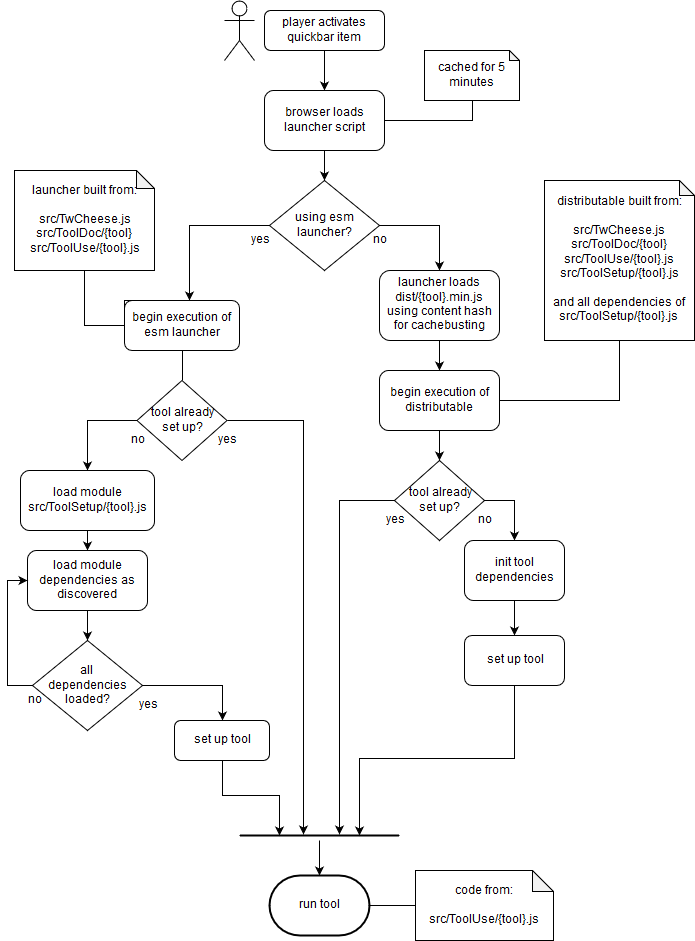
This is doc/developer/tool-execution.png from cheesasaurus/twcheese, a draw.io export, as it was before one commit. Source tidied: cells renumbered, new cells last; positions are measured from the earlier drawing's top-left corner, leaving out a move shared by most shapes.
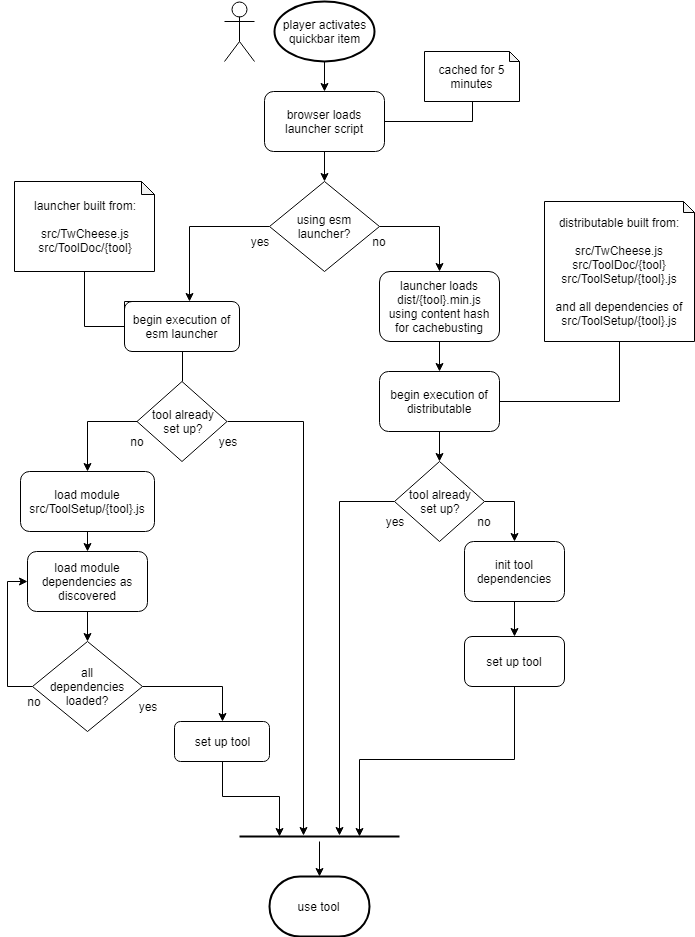
The same file after the commit.

Commit message:
update docu about tool execution

What changed in the source:
```diff
@@ -5,12 +5,9 @@
     <mxCell id="2" style="shape=umlActor;verticalLabelPosition=bottom;labelBackgroundColor=#ffffff;verticalAlign=top;html=1;" parent="1" vertex="1">
       <mxGeometry x="210" width="30" height="60" as="geometry" />
     </mxCell>
-    <mxCell id="3" style="edgeStyle=orthogonalEdgeStyle;rounded=0;jettySize=auto;html=1;entryX=0.5;entryY=0;entryDx=0;entryDy=0;" parent="1" edge="1" source="4" target="7">
+    <mxCell id="3" style="edgeStyle=orthogonalEdgeStyle;rounded=0;jettySize=auto;html=1;entryX=0.5;entryY=0;entryDx=0;entryDy=0;exitX=0.5;exitY=1;exitDx=0;exitDy=0;exitPerimeter=0;" parent="1" edge="1" source="4" target="7">
       <mxGeometry relative="1" as="geometry" />
     </mxCell>
-    <mxCell id="4" value="player activates quickbar item" style="rounded=1;whiteSpace=wrap;html=1;" parent="1" vertex="1">
-      <mxGeometry x="250" y="10" width="120" height="40" as="geometry" />
-    </mxCell>
     <mxCell id="5" style="edgeStyle=orthogonalEdgeStyle;rounded=0;jettySize=auto;html=1;exitX=0.5;exitY=1;exitDx=0;exitDy=0;" parent="1" edge="1" source="7" target="10">
       <mxGeometry relative="1" as="geometry" />
     </mxCell>
@@ -38,8 +35,8 @@
     <mxCell id="13" style="edgeStyle=orthogonalEdgeStyle;rounded=0;jettySize=auto;html=1;exitX=0.5;exitY=1;exitDx=0;exitDy=0;exitPerimeter=0;entryX=0;entryY=0.5;entryDx=0;entryDy=0;endArrow=none;endFill=0;" parent="1" edge="1" source="14" target="12">
       <mxGeometry relative="1" as="geometry" />
     </mxCell>
-    <mxCell id="14" value="&lt;div&gt;launcher built from:&lt;/div&gt;&lt;div&gt;&lt;br&gt;&lt;/div&gt;&lt;div&gt;src/TwCheese.js&lt;/div&gt;&lt;div&gt;src/ToolDoc/{tool}&lt;br&gt;&lt;/div&gt;&lt;div&gt;src/ToolUse/{tool}.js&lt;/div&gt;" style="shape=note;whiteSpace=wrap;html=1;backgroundOutline=1;darkOpacity=0.05;size=18;" parent="1" vertex="1">
-      <mxGeometry y="170" width="140" height="100" as="geometry" />
+    <mxCell id="14" value="&lt;div&gt;launcher built from:&lt;/div&gt;&lt;div&gt;&lt;br&gt;&lt;/div&gt;&lt;div&gt;src/TwCheese.js&lt;/div&gt;&lt;div&gt;src/ToolDoc/{tool}&lt;/div&gt;" style="shape=note;whiteSpace=wrap;html=1;backgroundOutline=1;darkOpacity=0.05;size=13;" parent="1" vertex="1">
+      <mxGeometry y="180" width="140" height="90" as="geometry" />
     </mxCell>
     <mxCell id="15" style="edgeStyle=orthogonalEdgeStyle;rounded=0;orthogonalLoop=1;jettySize=auto;html=1;exitX=0.25;exitY=0;exitDx=0;exitDy=0;entryX=0;entryY=0.5;entryDx=0;entryDy=0;endArrow=none;endFill=0;" parent="1" edge="1" source="12" target="12">
       <mxGeometry relative="1" as="geometry" />
@@ -53,12 +50,6 @@
     <mxCell id="18" value="&lt;div&gt;tool already&lt;/div&gt;&lt;div&gt; set up?&lt;/div&gt;" style="rhombus;whiteSpace=wrap;html=1;" parent="1" vertex="1">
       <mxGeometry x="122.5" y="380" width="90" height="80" as="geometry" />
     </mxCell>
-    <mxCell id="19" style="edgeStyle=orthogonalEdgeStyle;rounded=0;jettySize=auto;html=1;exitX=0;exitY=0.5;exitDx=0;exitDy=0;exitPerimeter=0;entryX=1;entryY=0.5;entryDx=0;entryDy=0;entryPerimeter=0;endArrow=none;endFill=0;" parent="1" edge="1" source="20" target="41">
-      <mxGeometry relative="1" as="geometry" />
-    </mxCell>
-    <mxCell id="20" value="&lt;div&gt;code from:&lt;/div&gt;&lt;div&gt;&lt;br&gt;&lt;/div&gt;&lt;div&gt;src/ToolUse/{tool}.js&lt;br&gt;&lt;/div&gt;" style="shape=note;whiteSpace=wrap;html=1;backgroundOutline=1;darkOpacity=0.05;size=21;" parent="1" vertex="1">
-      <mxGeometry x="401" y="870" width="138" height="70" as="geometry" />
-    </mxCell>
     <mxCell id="21" style="edgeStyle=orthogonalEdgeStyle;rounded=0;jettySize=auto;html=1;exitX=0.5;exitY=1;exitDx=0;exitDy=0;entryX=0.5;entryY=0;entryDx=0;entryDy=0;endArrow=classic;endFill=1;" parent="1" edge="1" source="22" target="24">
       <mxGeometry relative="1" as="geometry" />
     </mxCell>
@@ -116,10 +107,10 @@
     <mxCell id="39" style="edgeStyle=orthogonalEdgeStyle;rounded=0;jettySize=auto;html=1;exitX=0.5;exitY=1;exitDx=0;exitDy=0;exitPerimeter=0;entryX=1;entryY=0.5;entryDx=0;entryDy=0;endArrow=none;endFill=0;" parent="1" edge="1" source="40" target="33">
       <mxGeometry relative="1" as="geometry" />
     </mxCell>
-    <mxCell id="40" value="&lt;div&gt;distributable built from:&lt;/div&gt;&lt;div&gt;&lt;br&gt;&lt;/div&gt;&lt;div&gt;src/TwCheese.js&lt;/div&gt;&lt;div&gt;src/ToolDoc/{tool}&lt;/div&gt;&lt;div&gt;src/ToolUse/{tool}.js&lt;/div&gt;&lt;div&gt;src/ToolSetup/{tool}.js&lt;/div&gt;&lt;div&gt;&lt;br&gt;&lt;/div&gt;&lt;div&gt;and all dependencies of src/ToolSetup/{tool}.js&lt;br&gt;&lt;/div&gt;" style="shape=note;whiteSpace=wrap;html=1;backgroundOutline=1;darkOpacity=0.05;size=15;" parent="1" vertex="1">
-      <mxGeometry x="530" y="180" width="150" height="160" as="geometry" />
+    <mxCell id="40" value="&lt;div&gt;distributable built from:&lt;/div&gt;&lt;div&gt;&lt;br&gt;&lt;/div&gt;&lt;div&gt;src/TwCheese.js&lt;/div&gt;&lt;div&gt;src/ToolDoc/{tool}&lt;/div&gt;&lt;div&gt;src/ToolSetup/{tool}.js&lt;/div&gt;&lt;div&gt;&lt;br&gt;&lt;/div&gt;&lt;div&gt;and all dependencies of src/ToolSetup/{tool}.js&lt;br&gt;&lt;/div&gt;" style="shape=note;whiteSpace=wrap;html=1;backgroundOutline=1;darkOpacity=0.05;size=11;" parent="1" vertex="1">
+      <mxGeometry x="530" y="200" width="150" height="140" as="geometry" />
     </mxCell>
-    <mxCell id="41" value="run tool" style="strokeWidth=2;html=1;shape=mxgraph.flowchart.terminator;whiteSpace=wrap;" parent="1" vertex="1">
+    <mxCell id="41" value="use tool" style="strokeWidth=2;html=1;shape=mxgraph.flowchart.terminator;whiteSpace=wrap;" parent="1" vertex="1">
       <mxGeometry x="255" y="875" width="100" height="60" as="geometry" />
     </mxCell>
     <mxCell id="42" value="yes" style="text;html=1;strokeColor=none;fillColor=none;align=center;verticalAlign=middle;whiteSpace=wrap;rounded=0;" parent="1" vertex="1">
@@ -161,5 +152,8 @@
     <mxCell id="54" value="cached for 5 minutes" style="shape=note;whiteSpace=wrap;html=1;backgroundOutline=1;darkOpacity=0.05;size=10;" parent="1" vertex="1">
       <mxGeometry x="410" y="50" width="95" height="50" as="geometry" />
     </mxCell>
+    <mxCell id="4" value="player activates&lt;br&gt;quickbar item&lt;br&gt;" style="strokeWidth=2;html=1;shape=mxgraph.flowchart.start_1;whiteSpace=wrap;" parent="1" vertex="1">
+      <mxGeometry x="260" width="100" height="60" as="geometry" />
+    </mxCell>
   </root>
 </mxGraphModel>
```
